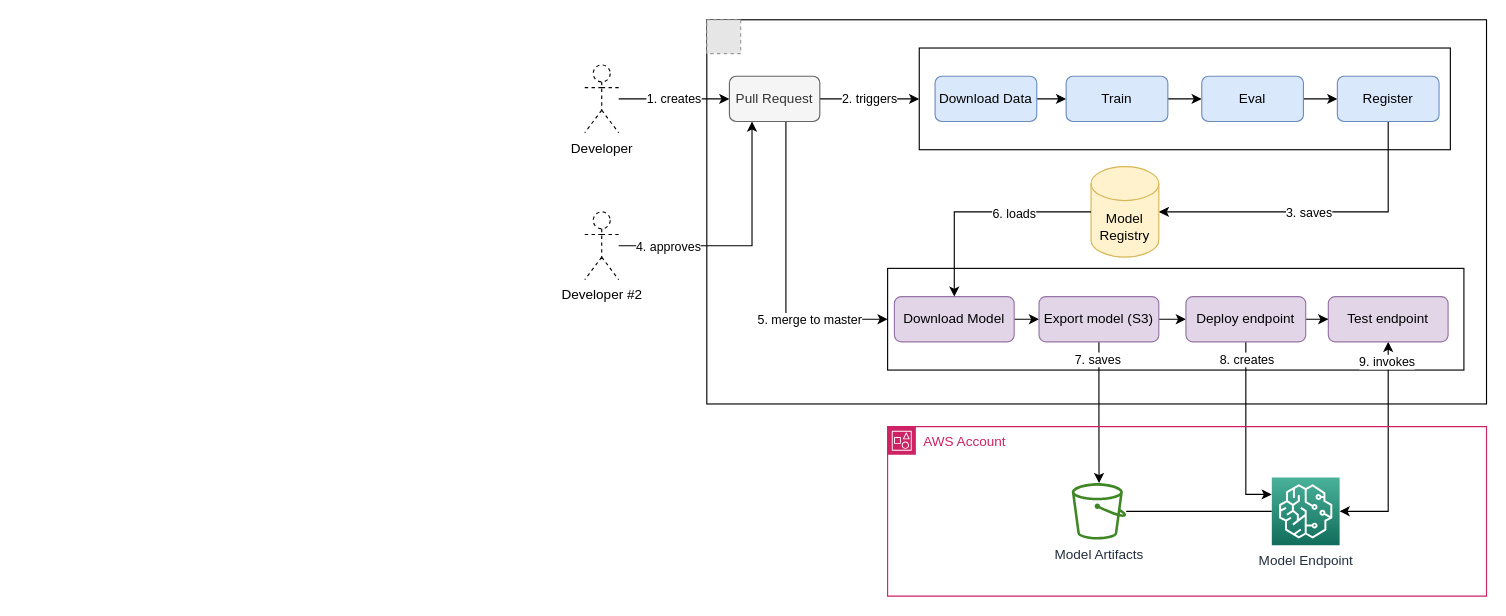
This is infrastructure/ml-production.drawio from mtszkw/ml-production, a draw.io file, before an edit. Source tidied: cells renumbered, new cells numbered last; positions are measured from the earlier drawing's top-left corner, leaving out a move shared by most shapes. Both pictures are drawn from the tidied source at 113%, with x=0, y=0 at pixel (584, 19). Pictures stored in the file or linked from it are replaced by grey dashed boxes.
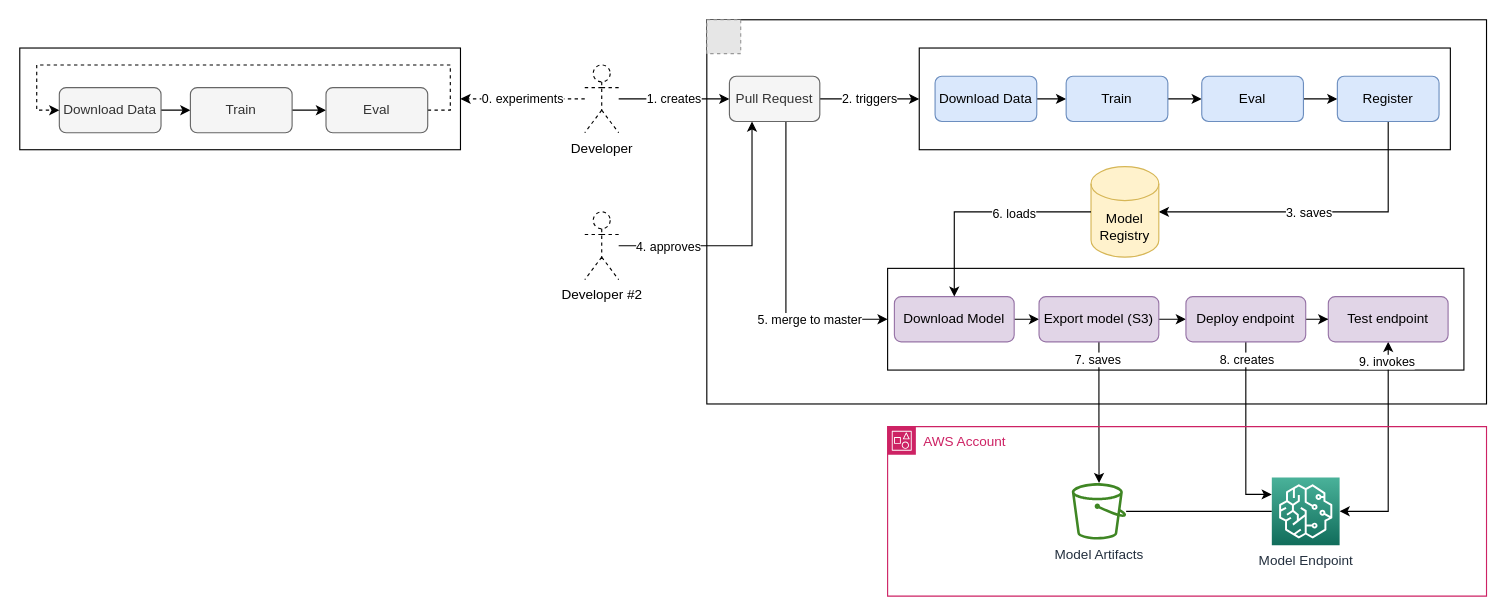
The same diagram, later.

Commit message (it also covers changes not shown here):
Add more complex diagram

The change refers to these unchanged cells:
```xml
<mxCell id="5" value="Developer" style="shape=umlActor;verticalLabelPosition=bottom;verticalAlign=top;html=1;outlineConnect=0;dashed=1;fillColor=none;" parent="1" vertex="1">
  <mxGeometry y="40" width="30" height="60" as="geometry" />
</mxCell>
```

The edit, as a diff of the source:
```diff
@@
+    <mxCell id="44" value="0. experiments" style="edgeStyle=orthogonalEdgeStyle;rounded=0;jettySize=auto;html=1;entryX=1;entryY=0.5;entryDx=0;entryDy=0;dashed=1;startArrow=none;startFill=0;endArrow=classic;endFill=1;" parent="1" edge="1" source="5" target="45">
+      <mxGeometry relative="1" as="geometry" />
+    </mxCell>
@@
+    <mxCell id="45" style="rounded=0;whiteSpace=wrap;html=1;" parent="1" vertex="1">
+      <mxGeometry x="-500" y="25" width="390" height="90" as="geometry" />
+    </mxCell>
+    <mxCell id="46" style="edgeStyle=orthogonalEdgeStyle;rounded=0;jettySize=auto;html=1;" parent="1" edge="1" source="47" target="49">
+      <mxGeometry relative="1" as="geometry" />
+    </mxCell>
+    <mxCell id="47" value="Download Data" style="rounded=1;whiteSpace=wrap;html=1;fillColor=#f5f5f5;strokeColor=#666666;fontColor=#333333;" parent="1" vertex="1">
+      <mxGeometry x="-465" y="60" width="90" height="40" as="geometry" />
+    </mxCell>
+    <mxCell id="48" style="edgeStyle=orthogonalEdgeStyle;rounded=0;jettySize=auto;html=1;" parent="1" edge="1" source="49" target="51">
+      <mxGeometry relative="1" as="geometry" />
+    </mxCell>
+    <mxCell id="49" value="Train" style="rounded=1;whiteSpace=wrap;html=1;fillColor=#f5f5f5;strokeColor=#666666;fontColor=#333333;" parent="1" vertex="1">
+      <mxGeometry x="-349" y="60" width="90" height="40" as="geometry" />
+    </mxCell>
+    <mxCell id="50" style="edgeStyle=orthogonalEdgeStyle;rounded=0;jettySize=auto;html=1;entryX=0;entryY=0.5;entryDx=0;entryDy=0;dashed=1;" parent="1" edge="1" source="51" target="47">
+      <mxGeometry relative="1" as="geometry">
+        <Array as="points">
+          <mxPoint x="-119" y="80" />
+          <mxPoint x="-119" y="40" />
+          <mxPoint x="-485" y="40" />
+          <mxPoint x="-485" y="80" />
+        </Array>
+      </mxGeometry>
+    </mxCell>
+    <mxCell id="51" value="Eval" style="rounded=1;whiteSpace=wrap;html=1;fillColor=#f5f5f5;strokeColor=#666666;fontColor=#333333;" parent="1" vertex="1">
+      <mxGeometry x="-229" y="60" width="90" height="40" as="geometry" />
+    </mxCell>
```
